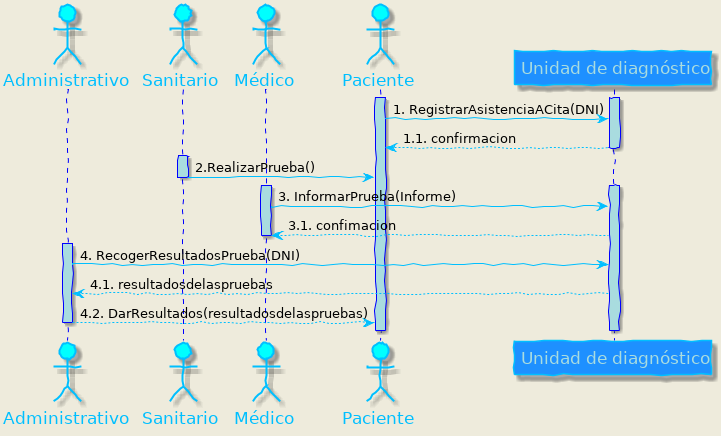
Ludvins/DGIIM_FIS keeps this PlantUML diagram as P3/UnidadDeDiagnistico.png. Above is the earlier version.
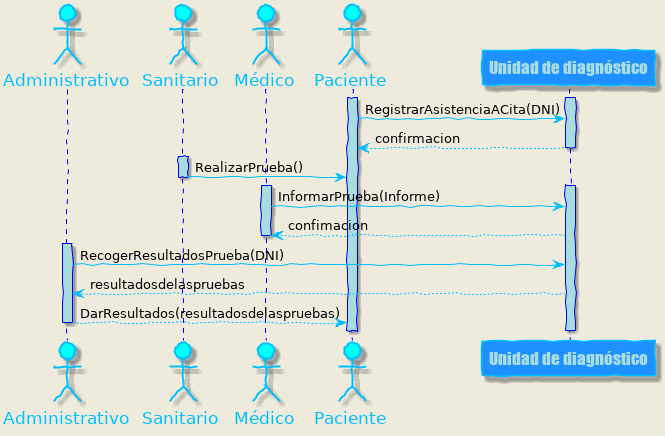
Later version of the same file.

Diff of the diagram source:
```diff
@@ -33,25 +33,25 @@
 
 activate UD
 activate Paciente
-Paciente -> UD : 1. RegistrarAsistenciaACita(DNI)
-UD --> Paciente : 1.1. confirmacion
+Paciente -> UD :  RegistrarAsistenciaACita(DNI)
+UD --> Paciente :  confirmacion
 deactivate UD
 
 activate Sanitario
-Sanitario -> Paciente : 2.RealizarPrueba()
+Sanitario -> Paciente : RealizarPrueba()
 deactivate Sanitario
 
 activate UD
 activate Médico
-Médico -> UD : 3. InformarPrueba(Informe)
-UD --> Médico : 3.1. confimacion
+Médico -> UD :  InformarPrueba(Informe)
+UD --> Médico :  confimacion
 deactivate Médico
 
 
 activate Administrativo
-Administrativo -> UD : 4. RecogerResultadosPrueba(DNI)
-UD --> Administrativo : 4.1. resultadosdelaspruebas
-Administrativo --> Paciente : 4.2. DarResultados(resultadosdelaspruebas)
+Administrativo -> UD :  RecogerResultadosPrueba(DNI)
+UD --> Administrativo :  resultadosdelaspruebas
+Administrativo --> Paciente :  DarResultados(resultadosdelaspruebas)
 deactivate Administrativo
 deactivate UD
 deactivate Paciente
```
